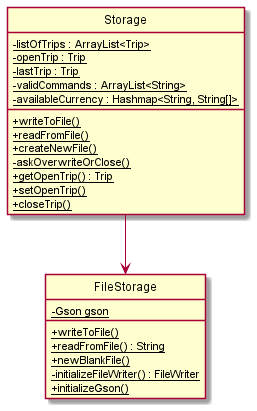
The PlantUML diagram docs/images/StorageCompClassDiag.png in nus-cs2113-AY2122S1/tp, before a commit. The source it was exported from:
```plantuml
@startuml

hide circle
skinparam classAttributeIconSize 0

class Storage
class FileStorage

Storage --> FileStorage

class Storage {
    - {static} listOfTrips : ArrayList<Trip>
    - {static} openTrip : Trip
    - {static} lastTrip : Trip
    - {static} validCommands : ArrayList<String>
    - {static} availableCurrency : Hashmap<String, String[]>

    + {static} writeToFile()
    + {static} readFromFile()
    + {static} createNewFile()
    - {static} askOverwriteOrClose()
    + {static} getOpenTrip() : Trip
    + {static} setOpenTrip()
    + {static} closeTrip()
}

class FileStorage {
    - {static} Gson gson

    + {static} writeToFile()
    + {static} readFromFile() : String
    + {static} newBlankFile()
    - {static} initializeFileWriter() : FileWriter
    + {static} initializeGson()
}

@enduml
```
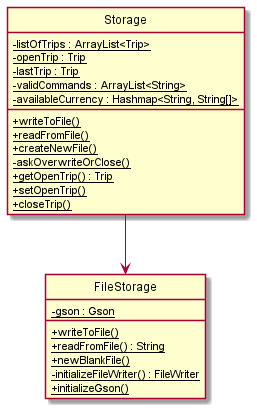
After the change.

Commit message:
fix bug in storage comp class diag

The edit, as a diff of the source:
```diff
@@ -25,7 +25,7 @@
 }
 
 class FileStorage {
-    - {static} Gson gson
+    - {static} gson : Gson
 
     + {static} writeToFile()
     + {static} readFromFile() : String
```
